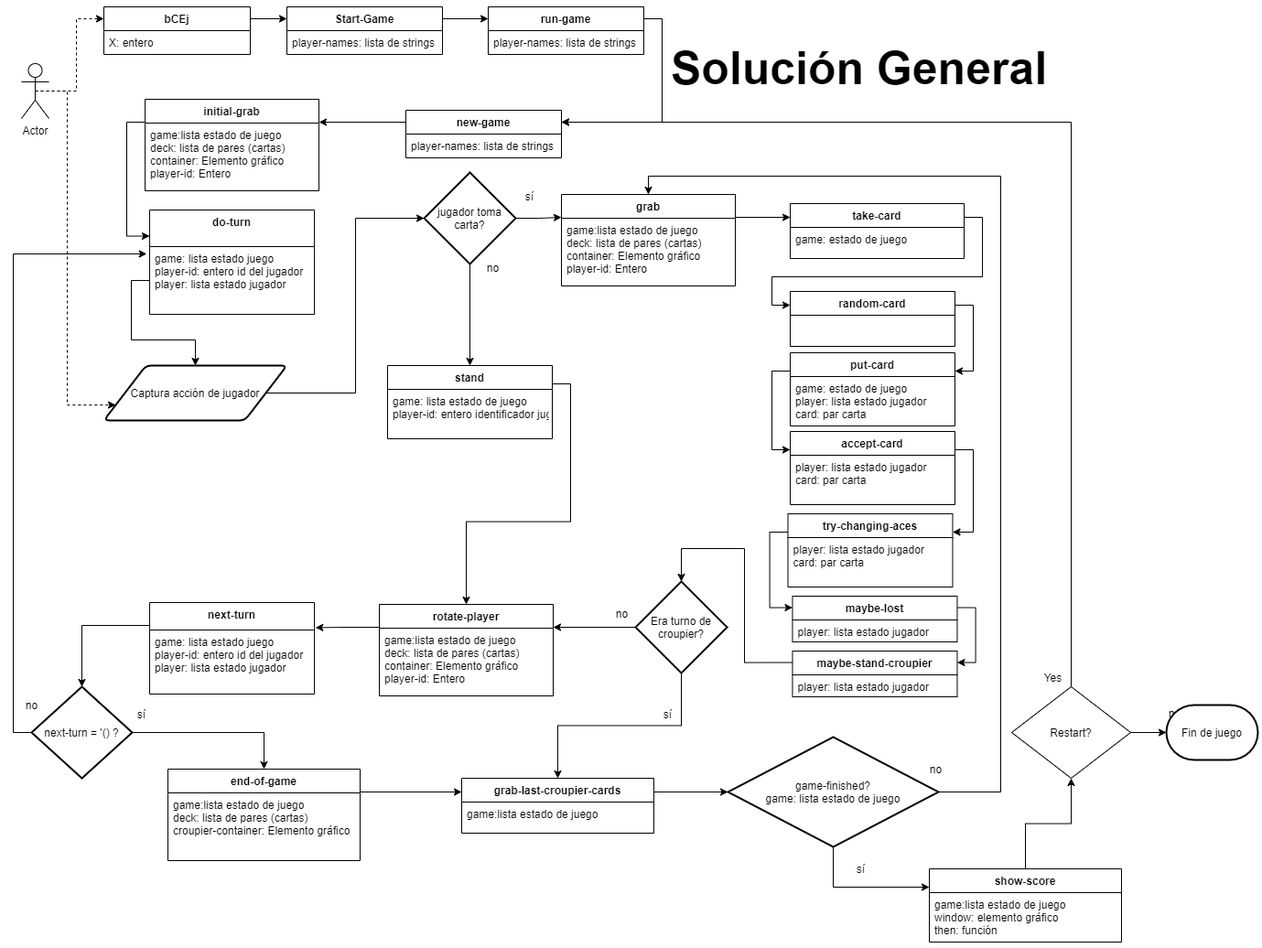
The draw.io diagram doc/Diagrama-BlackjackCE-Page-1.png in itcr3442/CE3104-BlaCEJack, before a commit. Source tidied: cells renumbered, new cells last; positions are measured from the earlier drawing's top-left corner, leaving out a move shared by most shapes.
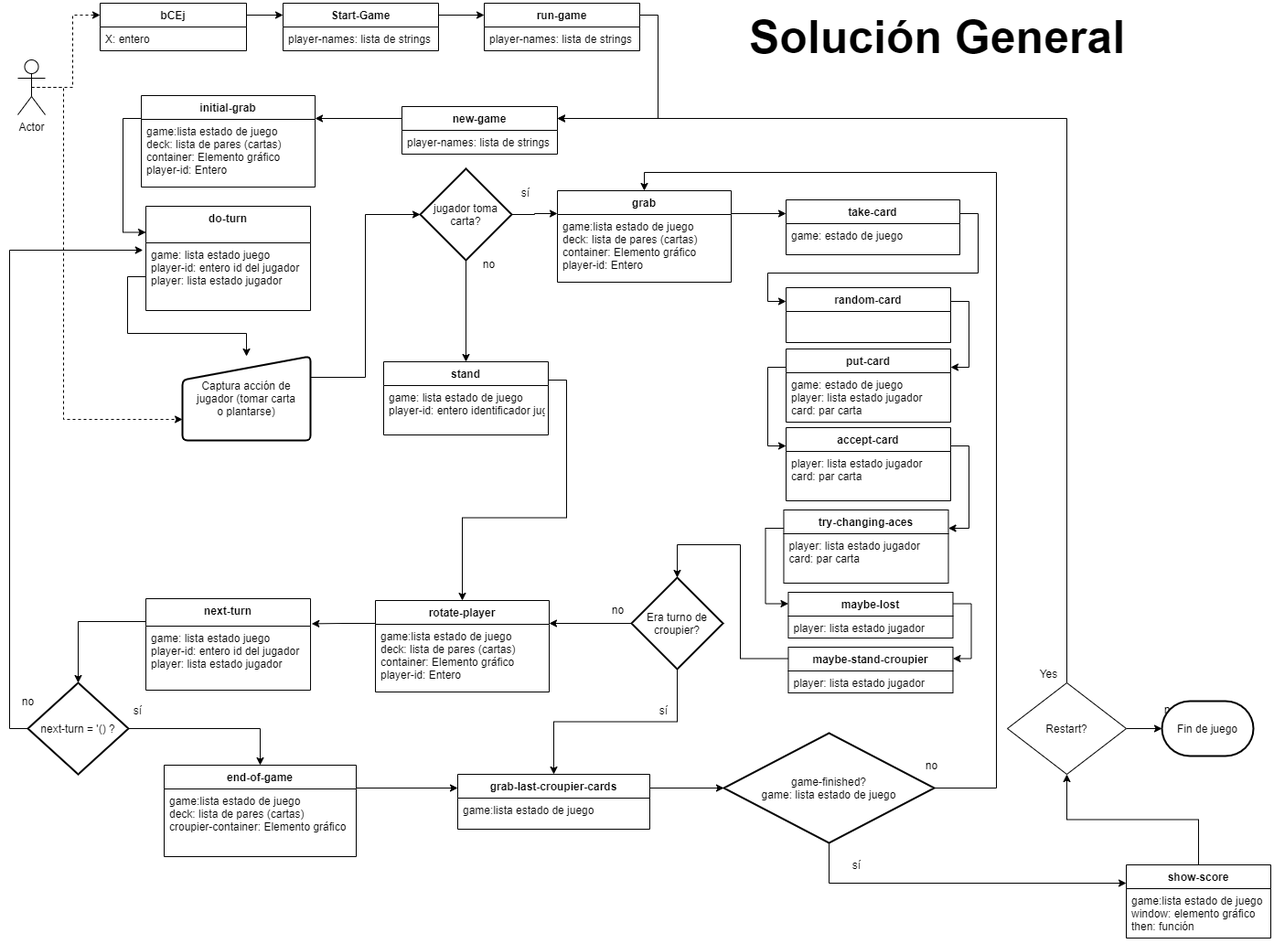
The same diagram one commit later.

Commit message:
add differente function-logic diagrams

What changed in the source:
```diff
@@ -5,11 +5,11 @@
     <mxCell id="2" style="edgeStyle=orthogonalEdgeStyle;rounded=0;jettySize=auto;html=1;exitX=0.5;exitY=0.5;exitDx=0;exitDy=0;exitPerimeter=0;entryX=0;entryY=0.25;entryDx=0;entryDy=0;dashed=1;" parent="1" edge="1" source="4" target="6">
       <mxGeometry relative="1" as="geometry" />
     </mxCell>
-    <mxCell id="3" style="edgeStyle=orthogonalEdgeStyle;rounded=0;jettySize=auto;html=1;exitX=0.5;exitY=0.5;exitDx=0;exitDy=0;exitPerimeter=0;entryX=0;entryY=0.75;entryDx=0;entryDy=0;dashed=1;" parent="1" edge="1" source="4" target="26">
+    <mxCell id="3" style="edgeStyle=orthogonalEdgeStyle;rounded=0;jettySize=auto;html=1;exitX=0.5;exitY=0.5;exitDx=0;exitDy=0;exitPerimeter=0;entryX=0;entryY=0.75;entryDx=0;entryDy=0;dashed=1;" parent="1" edge="1" source="4" target="93">
       <mxGeometry relative="1" as="geometry">
         <Array as="points">
           <mxPoint x="59" y="92" />
-          <mxPoint x="59" y="435" />
+          <mxPoint x="59" y="455" />
         </Array>
       </mxGeometry>
     </mxCell>
@@ -76,13 +76,10 @@
     <mxCell id="24" value="jugador toma carta?" style="strokeWidth=2;html=1;shape=mxgraph.flowchart.decision;whiteSpace=wrap;" parent="1" vertex="1">
       <mxGeometry x="449" y="181" width="100" height="100" as="geometry" />
     </mxCell>
-    <mxCell id="25" style="edgeStyle=orthogonalEdgeStyle;rounded=0;jettySize=auto;html=1;exitX=1;exitY=0.5;exitDx=0;exitDy=0;entryX=0;entryY=0.5;entryDx=0;entryDy=0;entryPerimeter=0;" parent="1" edge="1" source="26" target="24">
+    <mxCell id="25" style="edgeStyle=orthogonalEdgeStyle;rounded=0;jettySize=auto;html=1;exitX=1;exitY=0.25;exitDx=0;exitDy=0;entryX=0;entryY=0.5;entryDx=0;entryDy=0;entryPerimeter=0;" parent="1" edge="1" source="93" target="24">
       <mxGeometry relative="1" as="geometry" />
     </mxCell>
-    <mxCell id="26" value="Captura acción de jugador" style="shape=parallelogram;html=1;strokeWidth=2;perimeter=parallelogramPerimeter;whiteSpace=wrap;rounded=1;arcSize=12;size=0.23;" parent="1" vertex="1">
-      <mxGeometry x="99" y="392" width="200" height="60" as="geometry" />
-    </mxCell>
-    <mxCell id="27" style="edgeStyle=orthogonalEdgeStyle;rounded=0;jettySize=auto;html=1;exitX=0;exitY=0.5;exitDx=0;exitDy=0;entryX=0.5;entryY=0;entryDx=0;entryDy=0;" parent="1" edge="1" source="18" target="26">
+    <mxCell id="27" style="edgeStyle=orthogonalEdgeStyle;rounded=0;jettySize=auto;html=1;exitX=0;exitY=0.5;exitDx=0;exitDy=0;entryX=0.5;entryY=0;entryDx=0;entryDy=0;" parent="1" edge="1" source="18" target="93">
       <mxGeometry relative="1" as="geometry" />
     </mxCell>
     <mxCell id="28" style="edgeStyle=orthogonalEdgeStyle;rounded=0;jettySize=auto;html=1;exitX=1;exitY=0.25;exitDx=0;exitDy=0;entryX=0;entryY=0.25;entryDx=0;entryDy=0;" parent="1" edge="1" source="29" target="33">
@@ -259,7 +256,7 @@
       <mxGeometry x="700" y="763" width="30" height="20" as="geometry" />
     </mxCell>
     <mxCell id="80" value="&lt;font size=&quot;1&quot;&gt;&lt;b style=&quot;font-size: 50px&quot;&gt;Solución General&lt;/b&gt;&lt;/font&gt;" style="text;html=1;align=center;verticalAlign=middle;" parent="1" vertex="1">
-      <mxGeometry x="709" y="52" width="430" height="30" as="geometry" />
+      <mxGeometry x="799" y="22" width="430" height="30" as="geometry" />
     </mxCell>
     <mxCell id="81" style="edgeStyle=orthogonalEdgeStyle;rounded=0;jettySize=auto;html=1;exitX=1;exitY=0.25;exitDx=0;exitDy=0;entryX=0;entryY=0.25;entryDx=0;entryDy=0;" parent="1" edge="1" source="82" target="9">
       <mxGeometry relative="1" as="geometry" />
@@ -283,10 +280,10 @@
       <mxGeometry relative="1" as="geometry" />
     </mxCell>
     <mxCell id="88" value="show-score" style="swimlane;fontStyle=1;align=center;verticalAlign=top;horizontal=1;startSize=26;" parent="1" vertex="1">
-      <mxGeometry x="1001" y="942" width="210" height="80" as="geometry" />
+      <mxGeometry x="1221" y="942" width="158" height="80" as="geometry" />
     </mxCell>
     <mxCell id="89" value="game:lista estado de juego&#10;window: elemento gráfico&#10;then: función" style="text;strokeColor=none;fillColor=none;align=left;verticalAlign=top;spacingLeft=4;spacingRight=4;overflow=hidden;" parent="88" vertex="1">
-      <mxGeometry y="26" width="210" height="54" as="geometry" />
+      <mxGeometry y="26" width="158" height="54" as="geometry" />
     </mxCell>
     <mxCell id="90" value="Yes" style="text;html=1;align=center;verticalAlign=middle;" parent="1" vertex="1">
       <mxGeometry x="1121" y="723" width="30" height="20" as="geometry" />
@@ -297,5 +294,8 @@
     <mxCell id="92" value="Fin de juego" style="strokeWidth=2;html=1;shape=mxgraph.flowchart.terminator;whiteSpace=wrap;" parent="1" vertex="1">
       <mxGeometry x="1260" y="763" width="100" height="60" as="geometry" />
     </mxCell>
+    <mxCell id="93" value="&lt;span&gt;Captura acción de jugador (tomar carta&lt;br&gt;o plantarse)&lt;/span&gt;" style="html=1;strokeWidth=2;shape=manualInput;whiteSpace=wrap;rounded=1;size=26;arcSize=11;fillColor=none;" parent="1" vertex="1">
+      <mxGeometry x="189" y="386" width="140" height="92" as="geometry" />
+    </mxCell>
   </root>
 </mxGraphModel>
```
